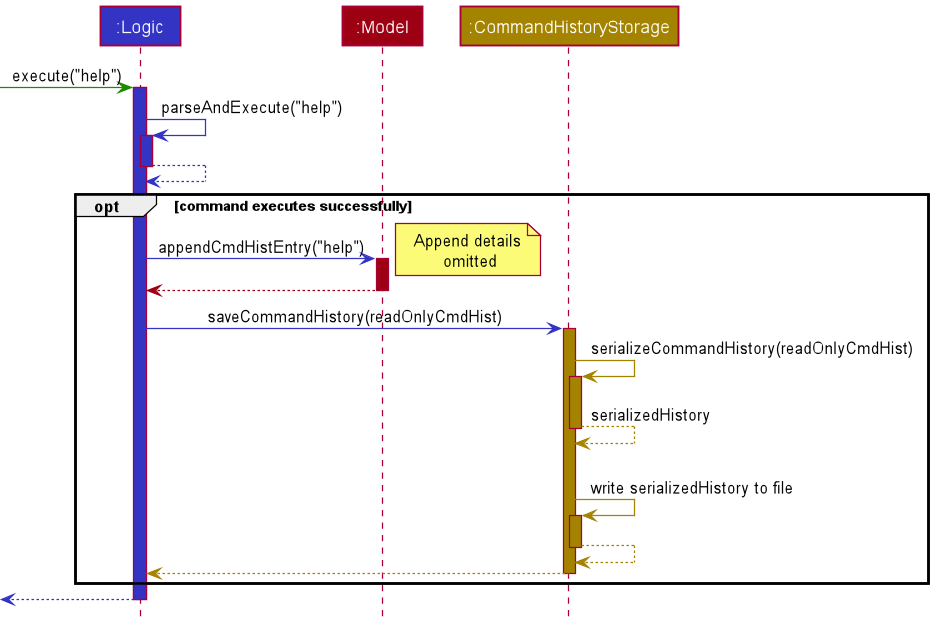
nus-cs2103-AY2021S2/tp keeps this PlantUML diagram as docs/images/commandhistory/CmdHistStorageSequenceDiagram.png. Above is the earlier version. The source it was exported from:
```plantuml
@startuml
!include ../style.puml

Participant ":Logic" as logic LOGIC_COLOR
Participant ":Model" as model MODEL_COLOR
Participant ":CommandHistoryStorage" as storage STORAGE_COLOR

-[UI_COLOR]> logic : execute("help")
activate logic LOGIC_COLOR

logic -[LOGIC_COLOR]> logic : parseAndExecute("help")
activate logic LOGIC_COLOR

logic -[LOGIC_COLOR]-> logic
deactivate logic

opt command executes successfully


logic -[LOGIC_COLOR]> model : appendCmdHistEntry("help")
note right: Append details\n omitted
activate model MODEL_COLOR


model -[MODEL_COLOR]-> logic
deactivate model

logic -[LOGIC_COLOR]> storage : saveCommandHistory(readOnlyCmdHist)
activate storage STORAGE_COLOR

storage -[STORAGE_COLOR]> storage : serializeCommandHistory(readOnlyCmdHist)
activate storage STORAGE_COLOR

storage --[STORAGE_COLOR]> storage : serializedHistory
deactivate storage STORAGE_COLOR

|||

storage -[STORAGE_COLOR]> storage : write serializedHistory to file
activate storage STORAGE_COLOR

storage --[STORAGE_COLOR]> storage
deactivate storage STORAGE_COLOR

storage --[STORAGE_COLOR]> logic
deactivate storage

end

<-[LOGIC_COLOR]- logic
deactivate logic

@enduml
```
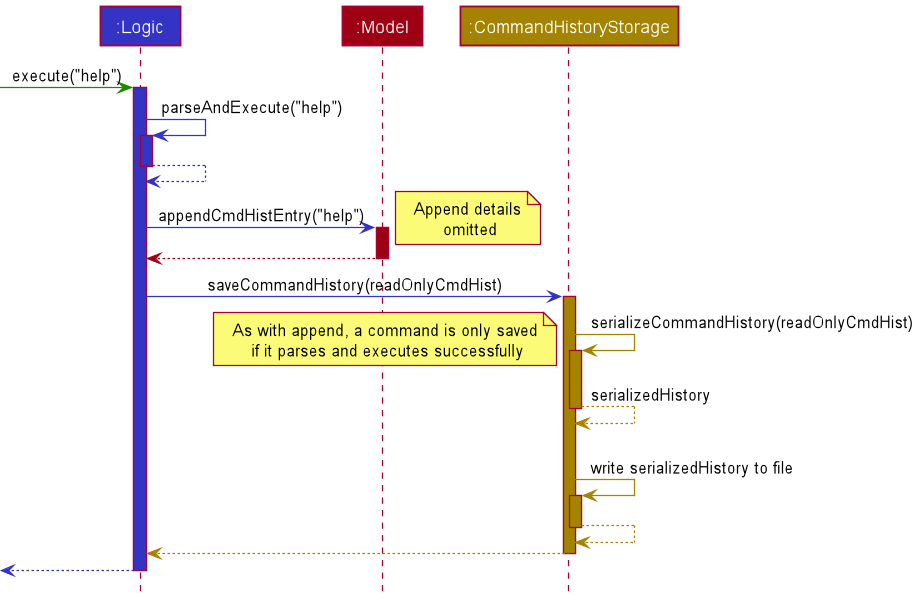
Above is the later version.

Commit message:
Command History: Remove opt frame from seq diagrams

Change to the diagram source:
```diff
@@ -14,9 +14,6 @@
 logic -[LOGIC_COLOR]-> logic
 deactivate logic
 
-opt command executes successfully
-
-
 logic -[LOGIC_COLOR]> model : appendCmdHistEntry("help")
 note right: Append details\n omitted
 activate model MODEL_COLOR
@@ -31,9 +28,10 @@
 storage -[STORAGE_COLOR]> storage : serializeCommandHistory(readOnlyCmdHist)
 activate storage STORAGE_COLOR
 
+note left: As with append, a command is only saved\n if it parses and executes successfully
+
 storage --[STORAGE_COLOR]> storage : serializedHistory
 deactivate storage STORAGE_COLOR
-
 |||
 
 storage -[STORAGE_COLOR]> storage : write serializedHistory to file
@@ -45,8 +43,6 @@
 storage --[STORAGE_COLOR]> logic
 deactivate storage
 
-end
-
 <-[LOGIC_COLOR]- logic
 deactivate logic
 
```
